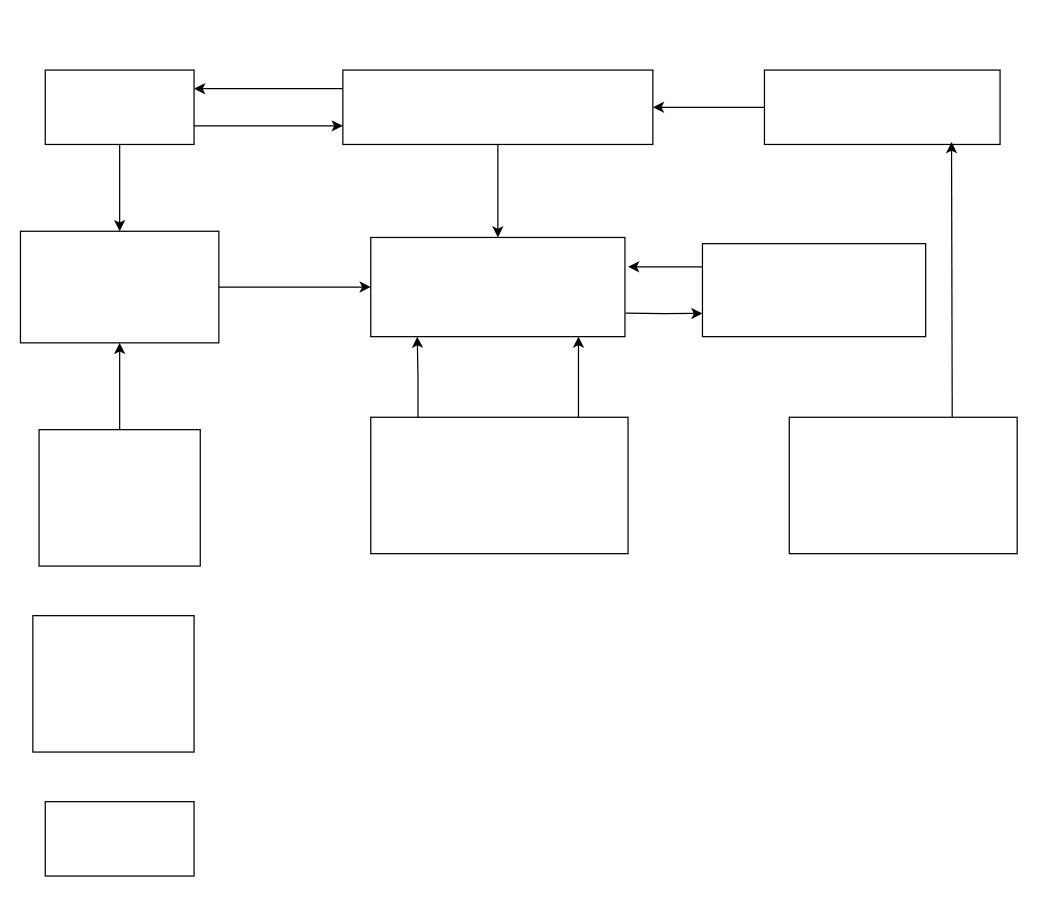
dotNETDev-Zayniddin/AdvOOP-1 keeps this draw.io diagram as 2.3.drawio. Above is the earlier version. Source tidied: cells renumbered, new cells numbered last; positions are measured from the earlier drawing's top-left corner, leaving out a move shared by most shapes. Both pictures are drawn from the tidied source at 124%, with x=0, y=0 at pixel (20, 69).
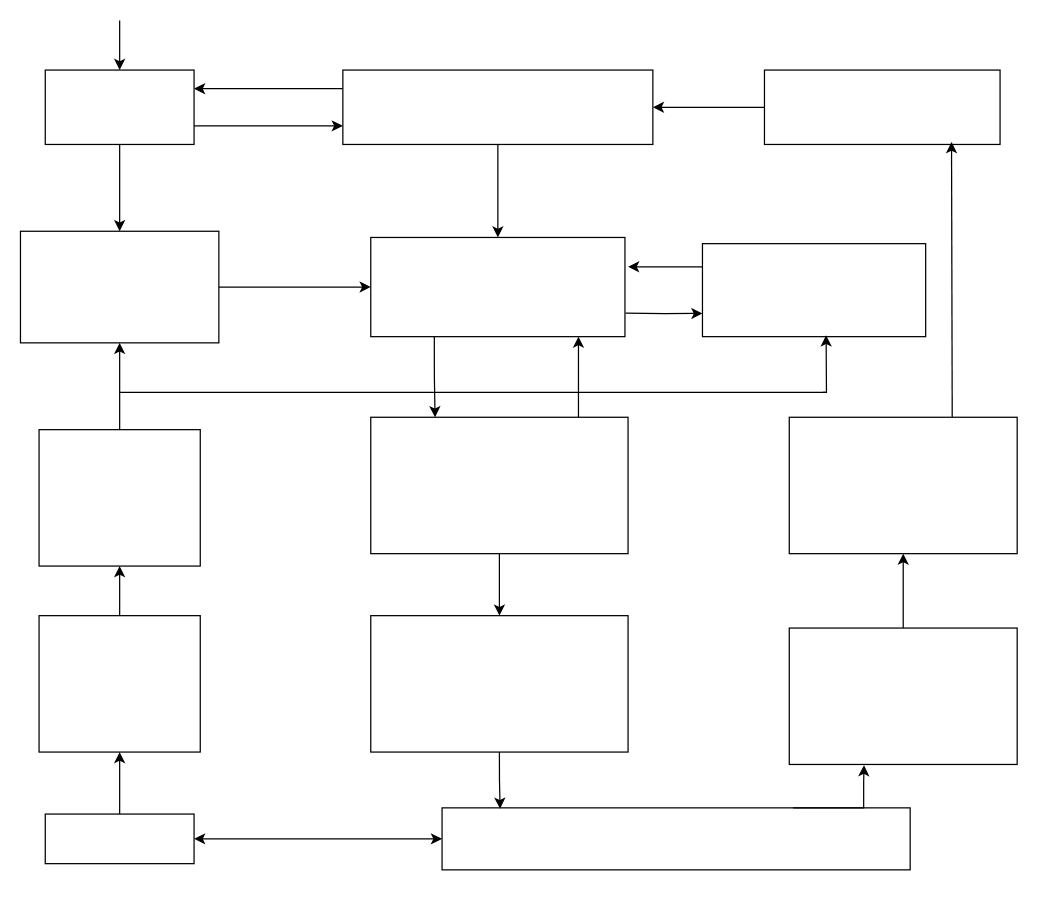
After the change.

The change refers to these unchanged cells:
```xml
<mxCell id="4" style="rounded=0;whiteSpace=wrap;html=1;" parent="1" vertex="1">
  <mxGeometry x="20" width="120" height="60" as="geometry" />
</mxCell>
<mxCell id="13" style="rounded=0;whiteSpace=wrap;html=1;" parent="1" vertex="1">
  <mxGeometry x="15" y="290" width="130" height="110" as="geometry" />
</mxCell>
<mxCell id="14" style="rounded=0;whiteSpace=wrap;html=1;" parent="1" vertex="1">
  <mxGeometry x="282.5" y="135" width="205" height="80" as="geometry" />
</mxCell>
<mxCell id="16" style="rounded=0;whiteSpace=wrap;html=1;" parent="1" vertex="1">
  <mxGeometry x="550" y="140" width="180" height="75" as="geometry" />
</mxCell>
<mxCell id="21" style="rounded=0;whiteSpace=wrap;html=1;" parent="1" vertex="1">
  <mxGeometry x="282.5" y="280" width="207.5" height="110" as="geometry" />
</mxCell>
<mxCell id="22" style="rounded=0;whiteSpace=wrap;html=1;" parent="1" vertex="1">
  <mxGeometry x="620" y="280" width="183.8" height="110" as="geometry" />
</mxCell>
```

Diff of the diagram source:
```diff
@@
+    <mxCell id="26" style="edgeStyle=orthogonalEdgeStyle;rounded=0;jettySize=auto;html=1;exitX=0.25;exitY=1;exitDx=0;exitDy=0;entryX=0.25;entryY=0;entryDx=0;entryDy=0;" parent="1" edge="1" source="14" target="21">
+      <mxGeometry relative="1" as="geometry" />
+    </mxCell>
@@
+    <mxCell id="27" style="edgeStyle=orthogonalEdgeStyle;rounded=0;jettySize=auto;html=1;entryX=0.5;entryY=1;entryDx=0;entryDy=0;" parent="1" edge="1" source="18" target="13">
+      <mxGeometry relative="1" as="geometry" />
+    </mxCell>
     <mxCell id="18" style="rounded=0;whiteSpace=wrap;html=1;" parent="1" vertex="1">
-      <mxGeometry x="10" y="440" width="130" height="110" as="geometry" />
+      <mxGeometry x="15" y="440" width="130" height="110" as="geometry" />
     </mxCell>
+    <mxCell id="28" style="edgeStyle=orthogonalEdgeStyle;rounded=0;jettySize=auto;html=1;exitX=0.5;exitY=0;exitDx=0;exitDy=0;entryX=0.5;entryY=1;entryDx=0;entryDy=0;" parent="1" edge="1" source="19" target="18">
+      <mxGeometry relative="1" as="geometry" />
+    </mxCell>
     <mxCell id="19" style="rounded=0;whiteSpace=wrap;html=1;" parent="1" vertex="1">
-      <mxGeometry x="20" y="590" width="120" height="60" as="geometry" />
+      <mxGeometry x="20" y="600" width="120" height="40" as="geometry" />
     </mxCell>
-    <mxCell id="20" style="edgeStyle=orthogonalEdgeStyle;rounded=0;orthogonalLoop=1;jettySize=auto;html=1;exitX=0.25;exitY=0;exitDx=0;exitDy=0;entryX=0.25;entryY=1;entryDx=0;entryDy=0;" parent="1" edge="1">
-      <mxGeometry relative="1" as="geometry">
-        <mxPoint x="320.6" y="280" as="sourcePoint" />
-        <mxPoint x="320" y="215" as="targetPoint" />
-        <Array as="points">
-          <mxPoint x="321" y="248" />
-          <mxPoint x="320" y="248" />
-        </Array>
-      </mxGeometry>
-    </mxCell>
+    <mxCell id="29" style="edgeStyle=orthogonalEdgeStyle;rounded=0;jettySize=auto;html=1;exitX=0.5;exitY=1;exitDx=0;exitDy=0;entryX=0.5;entryY=0;entryDx=0;entryDy=0;" parent="1" edge="1" source="21" target="35">
+      <mxGeometry relative="1" as="geometry" />
+    </mxCell>
@@
+    <mxCell id="30" style="endArrow=none;html=1;rounded=0;" parent="1" edge="1">
+      <mxGeometry relative="1" as="geometry">
+        <mxPoint x="80" y="260" as="sourcePoint" />
+        <mxPoint x="650" y="260" as="targetPoint" />
+      </mxGeometry>
+    </mxCell>
+    <mxCell id="31" style="endArrow=classic;html=1;rounded=0;entryX=0.554;entryY=0.986;entryDx=0;entryDy=0;entryPerimeter=0;" parent="1" edge="1" target="16">
+      <mxGeometry relative="1" as="geometry">
+        <mxPoint x="647" y="260" as="sourcePoint" />
+        <Array as="points">
+          <mxPoint x="650" y="260" />
+        </Array>
+      </mxGeometry>
+    </mxCell>
+    <mxCell id="32" style="endArrow=classic;startArrow=classic;html=1;rounded=0;exitX=1;exitY=0.5;exitDx=0;exitDy=0;entryX=0;entryY=0.5;entryDx=0;entryDy=0;" parent="1" edge="1" source="19" target="36">
+      <mxGeometry relative="1" as="geometry" />
+    </mxCell>
+    <mxCell id="33" style="edgeStyle=orthogonalEdgeStyle;rounded=0;jettySize=auto;html=1;exitX=0.5;exitY=0;exitDx=0;exitDy=0;entryX=0.5;entryY=1;entryDx=0;entryDy=0;" parent="1" edge="1" source="34" target="22">
+      <mxGeometry relative="1" as="geometry" />
+    </mxCell>
+    <mxCell id="34" style="rounded=0;whiteSpace=wrap;html=1;" parent="1" vertex="1">
+      <mxGeometry x="620" y="450" width="183.8" height="110" as="geometry" />
+    </mxCell>
+    <mxCell id="35" style="rounded=0;whiteSpace=wrap;html=1;" parent="1" vertex="1">
+      <mxGeometry x="282.5" y="440" width="207.5" height="110" as="geometry" />
+    </mxCell>
+    <mxCell id="36" style="rounded=0;whiteSpace=wrap;html=1;" parent="1" vertex="1">
+      <mxGeometry x="340" y="595" width="377.5" height="50" as="geometry" />
+    </mxCell>
+    <mxCell id="37" style="edgeStyle=orthogonalEdgeStyle;rounded=0;jettySize=auto;html=1;exitX=0.5;exitY=1;exitDx=0;exitDy=0;entryX=0.124;entryY=0.014;entryDx=0;entryDy=0;entryPerimeter=0;" parent="1" edge="1" source="35" target="36">
+      <mxGeometry relative="1" as="geometry" />
+    </mxCell>
+    <mxCell id="38" style="edgeStyle=orthogonalEdgeStyle;rounded=0;jettySize=auto;html=1;exitX=0.75;exitY=0;exitDx=0;exitDy=0;entryX=0.328;entryY=1.005;entryDx=0;entryDy=0;entryPerimeter=0;" parent="1" edge="1" source="36" target="34">
+      <mxGeometry relative="1" as="geometry">
+        <Array as="points">
+          <mxPoint x="680" y="595" />
+          <mxPoint x="680" y="575" />
+        </Array>
+      </mxGeometry>
+    </mxCell>
+    <mxCell id="39" style="endArrow=classic;html=1;rounded=0;entryX=0.5;entryY=0;entryDx=0;entryDy=0;" parent="1" edge="1" target="4">
+      <mxGeometry relative="1" as="geometry">
+        <mxPoint x="80" y="-40" as="sourcePoint" />
+      </mxGeometry>
+    </mxCell>
```
